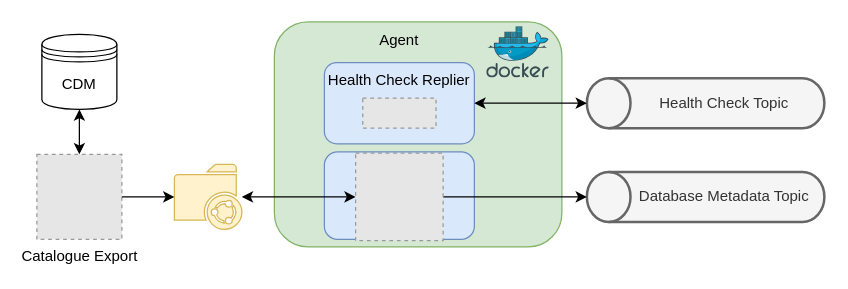
Above: figs/04-extraction-update/agent-architecture.drawio in aspedrosa/masters-thesis (draw.io), before the change. Source tidied: cells renumbered, new cells numbered last; positions are measured from the earlier drawing's top-left corner, leaving out a move shared by most shapes. Both pictures are drawn from the tidied source at 125%, with x=0, y=0 at pixel (36, 21). Pictures stored in the file or linked from it are replaced by grey dashed boxes.
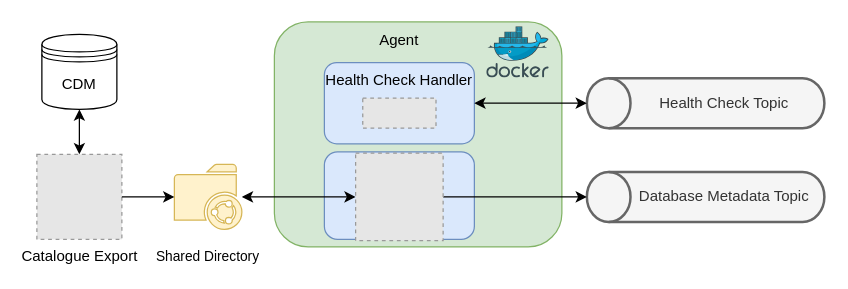
Above is the later version.

Commit message (it also covers changes not shown here):
04: agent final arch

Diff of the diagram source:
```diff
@@
 <mxGraphModel>
   <root>
     <mxCell id="0" />
     <mxCell id="1" parent="0" />
     <mxCell id="2" value="Health Check Topic" style="strokeWidth=2;html=1;shape=mxgraph.flowchart.direct_data;whiteSpace=wrap;direction=west;fillColor=#f5f5f5;strokeColor=#666666;fontColor=#333333;spacingLeft=30;" parent="1" vertex="1">
       <mxGeometry x="440" y="45" width="190" height="40" as="geometry" />
     </mxCell>
     <mxCell id="3" style="rounded=1;whiteSpace=wrap;html=1;fillColor=#d5e8d4;strokeColor=#82b366;" parent="1" vertex="1">
       <mxGeometry x="190" width="230" height="180" as="geometry" />
     </mxCell>
-    <mxCell id="4" value="&lt;font style=&quot;font-size: 12px&quot;&gt;Health Check Replier&lt;/font&gt;" style="rounded=1;whiteSpace=wrap;html=1;fillColor=#dae8fc;strokeColor=#6c8ebf;verticalAlign=top;" parent="1" vertex="1">
+    <mxCell id="4" value="&lt;font style=&quot;font-size: 12px&quot;&gt;Health Check Handler&lt;/font&gt;" style="rounded=1;whiteSpace=wrap;html=1;fillColor=#dae8fc;strokeColor=#6c8ebf;verticalAlign=top;" parent="1" vertex="1">
       <mxGeometry x="230" y="32.5" width="120" height="65" as="geometry" />
     </mxCell>
     <mxCell id="5" value="Agent" style="text;html=1;strokeColor=none;fillColor=none;align=center;verticalAlign=middle;whiteSpace=wrap;rounded=0;" parent="1" vertex="1">
       <mxGeometry x="260" width="60" height="30" as="geometry" />
     </mxCell>
     <mxCell id="6" style="endArrow=classic;html=1;rounded=0;startArrow=classic;startFill=1;" parent="1" edge="1" source="4" target="2">
       <mxGeometry relative="1" as="geometry" />
     </mxCell>
     <mxCell id="7" value="Database Metadata Topic" style="strokeWidth=2;html=1;shape=mxgraph.flowchart.direct_data;whiteSpace=wrap;direction=west;fillColor=#f5f5f5;strokeColor=#666666;fontColor=#333333;spacingLeft=30;" parent="1" vertex="1">
       <mxGeometry x="440" y="120" width="190" height="40" as="geometry" />
     </mxCell>
     <mxCell id="8" style="rounded=1;whiteSpace=wrap;html=1;fillColor=#dae8fc;strokeColor=#6c8ebf;verticalAlign=top;" parent="1" vertex="1">
       <mxGeometry x="230" y="104" width="120" height="70" as="geometry" />
     </mxCell>
     <mxCell id="9" style="endArrow=classic;html=1;rounded=0;startArrow=classic;startFill=1;" parent="1" edge="1" source="16" target="11">
       <mxGeometry relative="1" as="geometry" />
     </mxCell>
     <mxCell id="10" style="endArrow=classic;html=1;rounded=0;" parent="1" edge="1" source="16" target="7">
       <mxGeometry relative="1" as="geometry" />
     </mxCell>
     <mxCell id="11" style="sketch=0;shadow=0;dashed=0;html=1;strokeColor=#d6b656;fillColor=#fff2cc;labelPosition=center;verticalLabelPosition=bottom;verticalAlign=top;outlineConnect=0;align=center;shape=mxgraph.office.concepts.folder_shared;rounded=1;" parent="1" vertex="1">
       <mxGeometry x="110" y="114" width="54" height="52" as="geometry" />
     </mxCell>
     <mxCell id="12" value="Catalogue Export" style="fillColor=#E6E6E6;strokeColor=#999999;dashed=1;verticalAlign=top;verticalLabelPosition=bottom;labelBackgroundColor=none;html=1;" parent="1" vertex="1">
       <mxGeometry y="106" width="68" height="68" as="geometry" />
     </mxCell>
     <mxCell id="13" style="endArrow=none;html=1;rounded=0;startArrow=classic;startFill=1;endFill=0;" parent="1" edge="1" source="11" target="12">
       <mxGeometry relative="1" as="geometry" />
     </mxCell>
     <mxCell id="14" style="endArrow=classic;html=1;rounded=0;startArrow=classic;startFill=1;" parent="1" edge="1" source="12" target="15">
       <mxGeometry relative="1" as="geometry" />
     </mxCell>
     <mxCell id="15" value="CDM" style="shape=datastore;whiteSpace=wrap;html=1;rounded=1;" parent="1" vertex="1">
       <mxGeometry x="4" y="10" width="60" height="60" as="geometry" />
     </mxCell>
     <mxCell id="16" style="fillColor=#E6E6E6;strokeColor=#999999;dashed=1;verticalLabelPosition=bottom;verticalAlign=top;" parent="1" vertex="1">
       <mxGeometry x="255" y="105" width="70" height="70" as="geometry" />
     </mxCell>
     <mxCell id="17" style="fillColor=#E6E6E6;strokeColor=#999999;dashed=1;verticalLabelPosition=bottom;labelBackgroundColor=#ffffff;verticalAlign=top;" parent="1" vertex="1">
       <mxGeometry x="260.7" y="61" width="58.6" height="24" as="geometry" />
     </mxCell>
     <mxCell id="18" style="sketch=0;html=1;align=center;image;fontSize=12;image=img/lib/mscae/Docker.svg;" parent="1" vertex="1">
       <mxGeometry x="360" y="4" width="50" height="41" as="geometry" />
     </mxCell>
+    <mxCell id="19" value="&lt;span style=&quot;font-size: 11px;&quot;&gt;Shared Directory&lt;/span&gt;" style="text;html=1;strokeColor=none;fillColor=none;align=center;verticalAlign=middle;whiteSpace=wrap;rounded=0;horizontal=1;fontSize=11;" parent="1" vertex="1">
+      <mxGeometry x="87" y="180" width="100" height="16" as="geometry" />
+    </mxCell>
   </root>
 </mxGraphModel>
```
